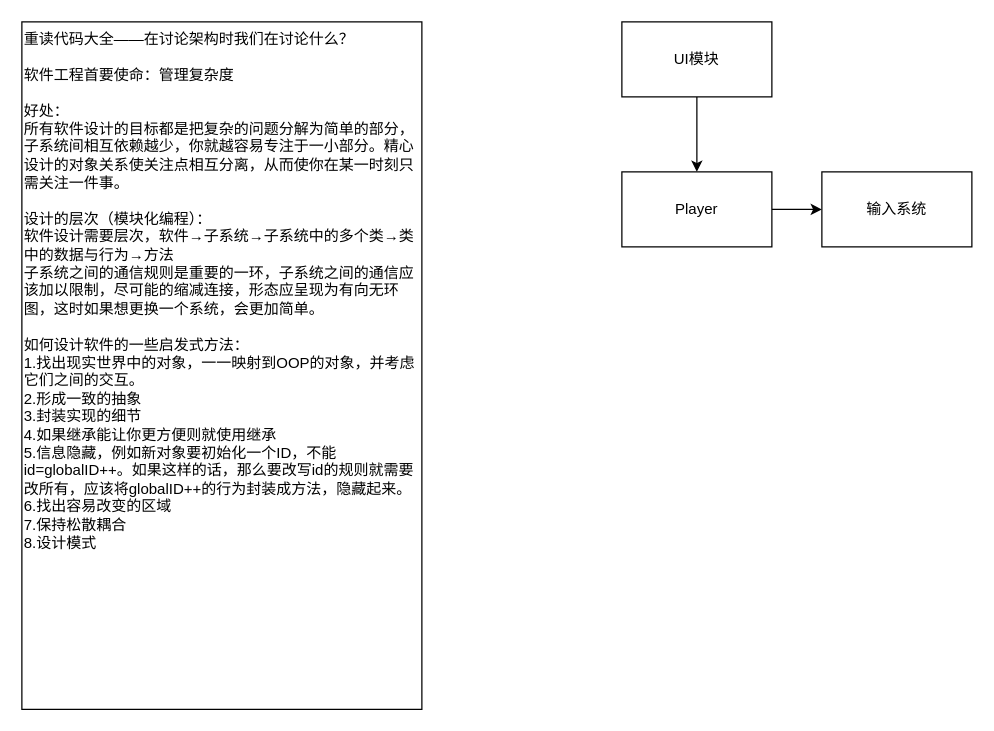
Before: page "生存模板" (9 of 9) of StartFramework.drawio in sass00n1/StartFramework, a draw.io diagram. Source tidied: cells renumbered, new cells numbered last; positions are measured from the earlier drawing's top-left corner, leaving out a move shared by most shapes. Both pictures are drawn from the tidied source at 125%, with x=0, y=0 at pixel (21, 21).
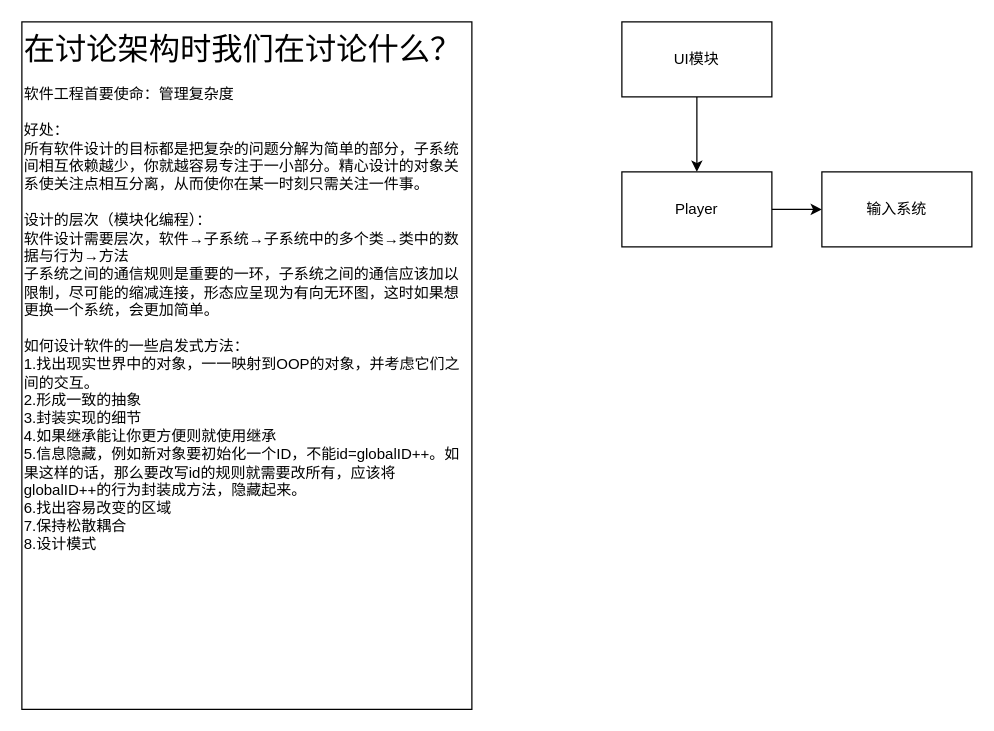
After the change.

Diff of the diagram source:
```diff
@@
 <mxGraphModel>
   <root>
     <mxCell id="0" />
     <mxCell id="1" parent="0" />
     <mxCell id="2" style="edgeStyle=orthogonalEdgeStyle;rounded=0;jettySize=auto;html=1;exitX=0.5;exitY=1;exitDx=0;exitDy=0;" parent="1" edge="1" source="3" target="5">
       <mxGeometry relative="1" as="geometry" />
     </mxCell>
     <mxCell id="3" value="UI模块" style="rounded=0;whiteSpace=wrap;html=1;" parent="1" vertex="1">
       <mxGeometry x="480" width="120" height="60" as="geometry" />
     </mxCell>
     <mxCell id="4" style="edgeStyle=orthogonalEdgeStyle;rounded=0;jettySize=auto;html=1;exitX=1;exitY=0.5;exitDx=0;exitDy=0;" parent="1" edge="1" source="5" target="7">
       <mxGeometry relative="1" as="geometry" />
     </mxCell>
     <mxCell id="5" value="Player" style="rounded=0;whiteSpace=wrap;html=1;" parent="1" vertex="1">
       <mxGeometry x="480" y="120" width="120" height="60" as="geometry" />
     </mxCell>
-    <mxCell id="6" value="&lt;div align=&quot;left&quot;&gt;重读代码大全——在讨论架构时我们在讨论什么？&lt;/div&gt;&lt;div align=&quot;left&quot;&gt;&lt;br&gt;&lt;/div&gt;&lt;div align=&quot;left&quot;&gt;软件工程首要使命：管理复杂度&lt;br&gt;&lt;/div&gt;&lt;div&gt;&lt;br&gt;&lt;/div&gt;&lt;div&gt;好处：&lt;br&gt;&lt;/div&gt;&lt;div&gt;所有软件设计的目标都是把复杂的问题分解为简单的部分，子系统间相互依赖越少，你就越容易专注于一小部分。精心设计的对象关系使关注点相互分离，从而使你在某一时刻只需关注一件事。&lt;/div&gt;&lt;div&gt;&lt;br&gt;&lt;/div&gt;&lt;div&gt;设计的层次（模块化编程）：&lt;/div&gt;&lt;div&gt;软件设计需要层次，软件→子系统→子系统中的多个类→类中的数据与行为→方法&lt;br&gt;&lt;/div&gt;&lt;div&gt;子系统之间的通信规则是重要的一环，子系统之间的通信应该加以限制，尽可能的缩减连接，形态应呈现为有向无环图，这时如果想更换一个系统，会更加简单。&lt;/div&gt;&lt;div&gt;&lt;br&gt;&lt;/div&gt;&lt;div&gt;如何设计软件的一些启发式方法：&lt;/div&gt;&lt;div&gt;1.找出现实世界中的对象，一一映射到OOP的对象，并考虑它们之间的交互。&lt;/div&gt;&lt;div&gt;2.形成一致的抽象&lt;/div&gt;&lt;div&gt;3.封装实现的细节&lt;/div&gt;&lt;div&gt;4.如果继承能让你更方便则就使用继承&lt;/div&gt;&lt;div&gt;5.信息隐藏，例如新对象要初始化一个ID，不能id=globalID++。如果这样的话，那么要改写id的规则就需要改所有，应该将globalID++的行为封装成方法，隐藏起来。&lt;/div&gt;&lt;div&gt;6.找出容易改变的区域&lt;/div&gt;&lt;div&gt;7.保持松散耦合&lt;/div&gt;&lt;div&gt;8.设计模式&lt;/div&gt;" style="rounded=0;whiteSpace=wrap;html=1;align=left;verticalAlign=top;" parent="1" vertex="1">
-      <mxGeometry width="320" height="550" as="geometry" />
+    <mxCell id="6" value="&lt;div style=&quot;font-size: 25px;&quot; align=&quot;left&quot;&gt;&lt;font style=&quot;font-size: 25px;&quot;&gt;在讨论架构时我们在讨论什么？&lt;/font&gt;&lt;/div&gt;&lt;div align=&quot;left&quot;&gt;&lt;br&gt;&lt;/div&gt;&lt;div align=&quot;left&quot;&gt;软件工程首要使命：管理复杂度&lt;br&gt;&lt;/div&gt;&lt;div&gt;&lt;br&gt;&lt;/div&gt;&lt;div&gt;好处：&lt;br&gt;&lt;/div&gt;&lt;div&gt;所有软件设计的目标都是把复杂的问题分解为简单的部分，子系统间相互依赖越少，你就越容易专注于一小部分。精心设计的对象关系使关注点相互分离，从而使你在某一时刻只需关注一件事。&lt;/div&gt;&lt;div&gt;&lt;br&gt;&lt;/div&gt;&lt;div&gt;设计的层次（模块化编程）：&lt;/div&gt;&lt;div&gt;软件设计需要层次，软件→子系统→子系统中的多个类→类中的数据与行为→方法&lt;br&gt;&lt;/div&gt;&lt;div&gt;子系统之间的通信规则是重要的一环，子系统之间的通信应该加以限制，尽可能的缩减连接，形态应呈现为有向无环图，这时如果想更换一个系统，会更加简单。&lt;/div&gt;&lt;div&gt;&lt;br&gt;&lt;/div&gt;&lt;div&gt;如何设计软件的一些启发式方法：&lt;/div&gt;&lt;div&gt;1.找出现实世界中的对象，一一映射到OOP的对象，并考虑它们之间的交互。&lt;/div&gt;&lt;div&gt;2.形成一致的抽象&lt;/div&gt;&lt;div&gt;3.封装实现的细节&lt;/div&gt;&lt;div&gt;4.如果继承能让你更方便则就使用继承&lt;/div&gt;&lt;div&gt;5.信息隐藏，例如新对象要初始化一个ID，不能id=globalID++。如果这样的话，那么要改写id的规则就需要改所有，应该将globalID++的行为封装成方法，隐藏起来。&lt;/div&gt;&lt;div&gt;6.找出容易改变的区域&lt;/div&gt;&lt;div&gt;7.保持松散耦合&lt;/div&gt;&lt;div&gt;8.设计模式&lt;/div&gt;" style="rounded=0;whiteSpace=wrap;html=1;align=left;verticalAlign=top;" parent="1" vertex="1">
+      <mxGeometry width="360" height="550" as="geometry" />
     </mxCell>
     <mxCell id="7" value="输入系统" style="rounded=0;whiteSpace=wrap;html=1;" parent="1" vertex="1">
       <mxGeometry x="640" y="120" width="120" height="60" as="geometry" />
     </mxCell>
   </root>
 </mxGraphModel>
```
